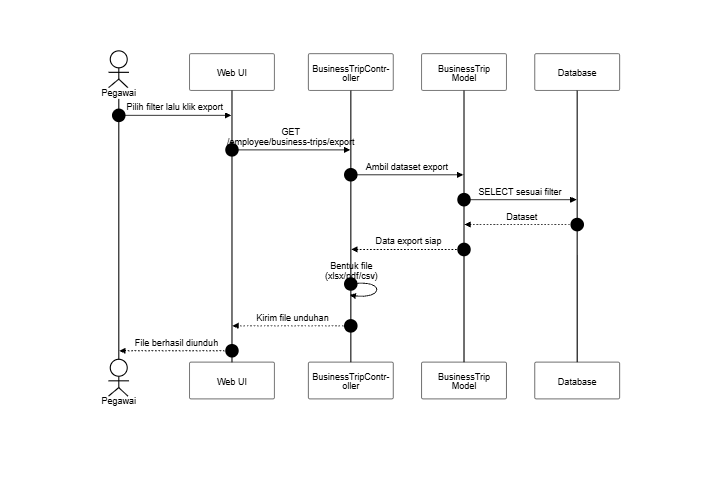
SulaimanHafi23/SimpegRSHDI keeps this Mermaid diagram as docs/SequenceDiagram/PNG_Transparent/PengajuanPerjalananDinas-EskportPengajuan.png. Above is the earlier version. Its source is kept beside it as docs/SequenceDiagram/PengajuanPerjalananDinas-EskportPengajuan.mermaid. Source of this version:
```mermaid
%%{init: {"theme": "base", "themeVariables": {"background": "#dddddd", "primaryColor": "#ffffff", "primaryBorderColor": "#000000", "primaryTextColor": "#000000", "lineColor": "#000000", "textColor": "#000000", "actorBkg": "#ffffff", "actorBorder": "#000000", "actorTextColor": "#000000", "activationBkgColor": "#ffffff", "activationBorderColor": "#000000", "signalColor": "#000000", "signalTextColor": "#000000", "labelBoxBkgColor": "#ffffff", "labelBoxBorderColor": "#000000", "labelTextColor": "#000000", "sequenceNumberColor": "#000000", "noteBkgColor": "#ffffff", "noteBorderColor": "#000000", "noteTextColor": "#000000"}, "sequence": {"useMaxWidth": true, "wrap": true, "messageFontSize": 12, "noteFontSize": 12}}}%%
sequenceDiagram
    autonumber
    actor A as Pegawai
    participant UI as Web UI
    participant C as BusinessTripController
    participant M as BusinessTrip Model
    participant DB as Database

    A->>UI: Pilih filter lalu klik export
    UI->>C: GET /employee/business-trips/export
    C->>M: Ambil dataset export
    M->>DB: SELECT sesuai filter
    DB-->>M: Dataset
    M-->>C: Data export siap
    C->>C: Bentuk file (xlsx/pdf/csv)
    C-->>UI: Kirim file unduhan
    UI-->>A: File berhasil diunduh
```
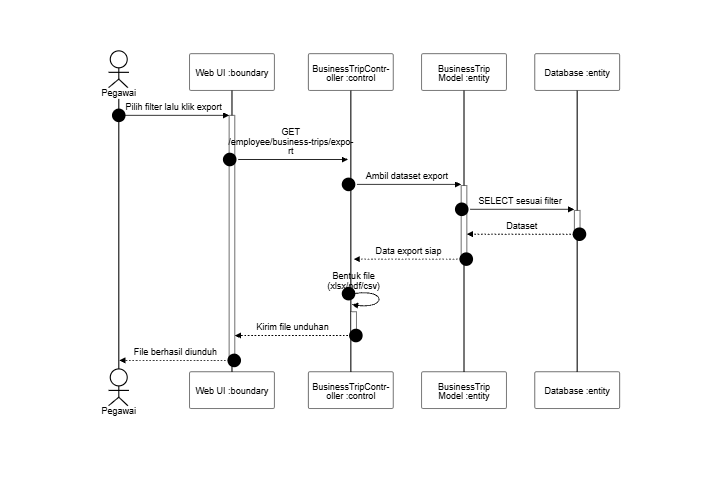
The same diagram one commit later.

The edit, as a diff of the source:
```diff
@@ -2,17 +2,17 @@
 sequenceDiagram
     autonumber
     actor A as Pegawai
-    participant UI as Web UI
-    participant C as BusinessTripController
-    participant M as BusinessTrip Model
-    participant DB as Database
+    participant UI as Web UI :boundary
+    participant C as BusinessTripController :control
+    participant M as BusinessTrip Model :entity
+    participant DB as Database :entity
 
-    A->>UI: Pilih filter lalu klik export
-    UI->>C: GET /employee/business-trips/export
-    C->>M: Ambil dataset export
-    M->>DB: SELECT sesuai filter
-    DB-->>M: Dataset
-    M-->>C: Data export siap
-    C->>C: Bentuk file (xlsx/pdf/csv)
-    C-->>UI: Kirim file unduhan
-    UI-->>A: File berhasil diunduh
+    A->>+UI: Pilih filter lalu klik export
+    UI->>+C: GET /employee/business-trips/export
+    C->>+M: Ambil dataset export
+    M->>+DB: SELECT sesuai filter
+    DB-->>-M: Dataset
+    M-->>-C: Data export siap
+    C->>+C: Bentuk file (xlsx/pdf/csv)
+    C-->>-UI: Kirim file unduhan
+    UI-->>-A: File berhasil diunduh
```
